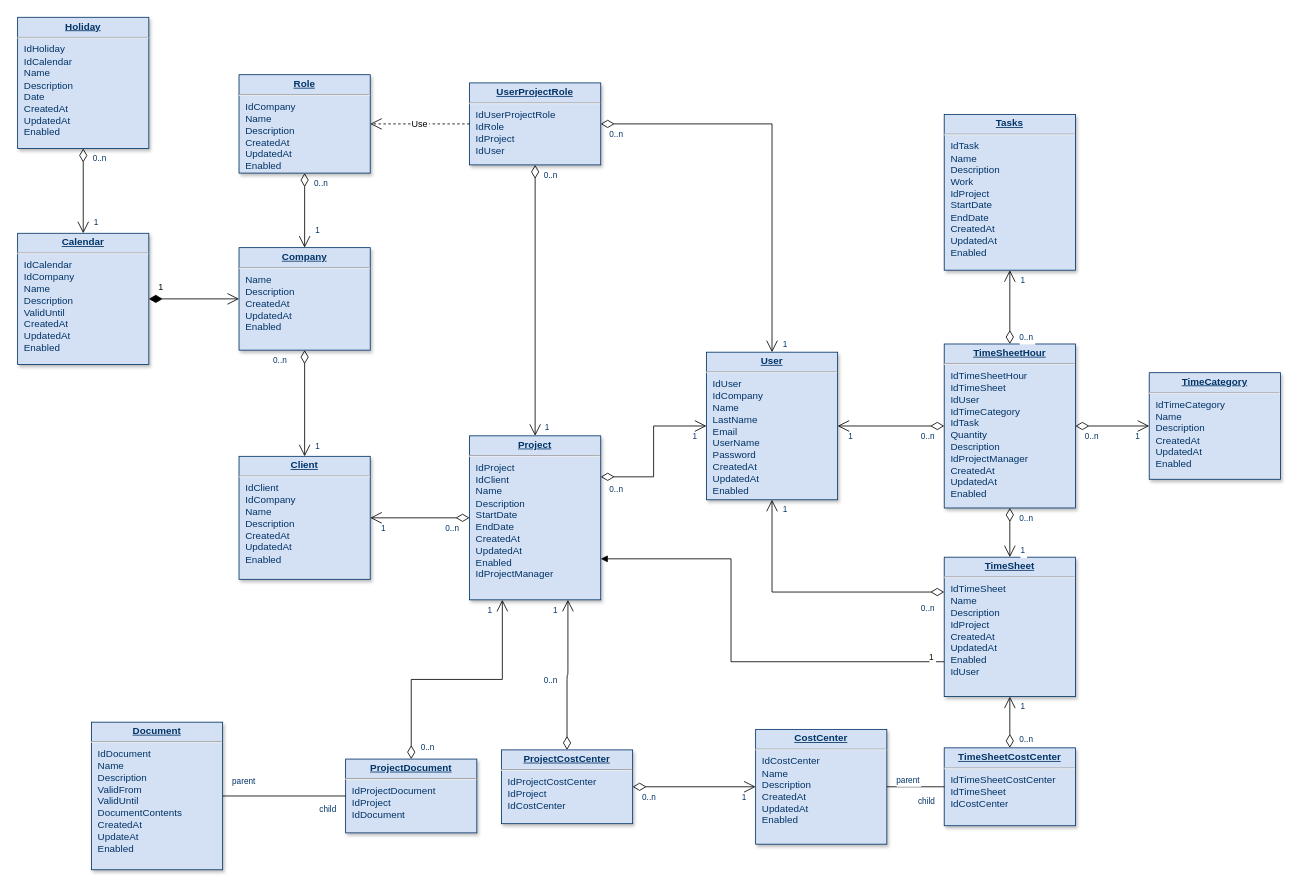
Above: handlelapp-database.drawio in korneliushen/handlel.app (draw.io), before the change. Source tidied: cells renumbered, new cells numbered last; positions are measured from the earlier drawing's top-left corner, leaving out a move shared by most shapes. Both pictures are drawn from the tidied source at 82%, with x=0, y=0 at pixel (17, 17).
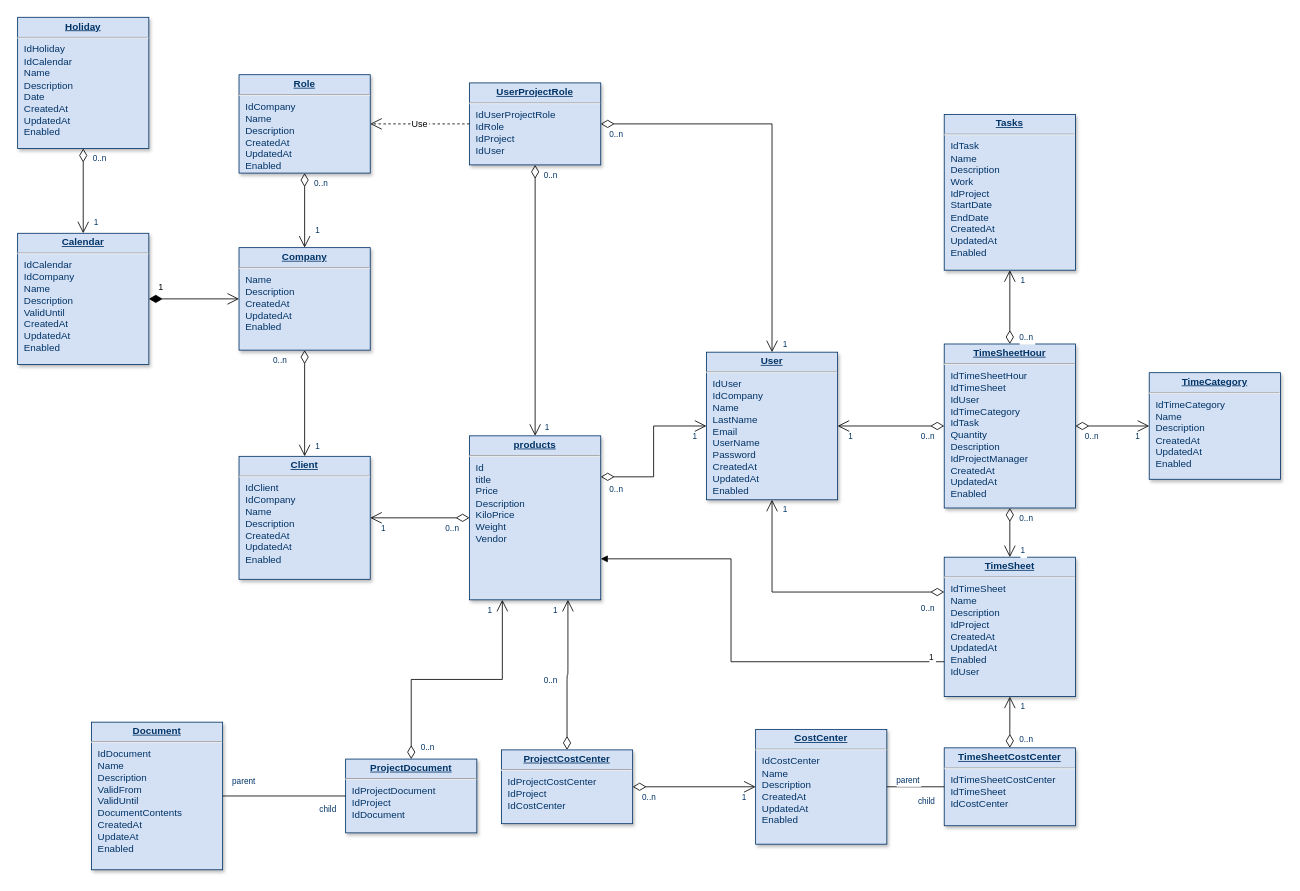
Above is the later version.

What changed in the source:
```diff
@@
-    <mxCell id="12" value="&lt;p style=&quot;margin: 0px; margin-top: 4px; text-align: center; text-decoration: underline;&quot;&gt;&lt;strong&gt;Project&lt;/strong&gt;&lt;/p&gt;&lt;hr /&gt;&lt;p style=&quot;margin: 0px; margin-left: 8px;&quot;&gt;IdProject&lt;/p&gt;&lt;p style=&quot;margin: 0px; margin-left: 8px;&quot;&gt;IdClient&lt;/p&gt;&lt;p style=&quot;margin: 0px; margin-left: 8px;&quot;&gt;Name&lt;/p&gt;&lt;p style=&quot;margin: 0px; margin-left: 8px;&quot;&gt;Description&lt;/p&gt;&lt;p style=&quot;margin: 0px; margin-left: 8px;&quot;&gt;StartDate&lt;/p&gt;&lt;p style=&quot;margin: 0px; margin-left: 8px;&quot;&gt;EndDate&lt;/p&gt;&lt;p style=&quot;margin: 0px; margin-left: 8px;&quot;&gt;CreatedAt&lt;/p&gt;&lt;p style=&quot;margin: 0px; margin-left: 8px;&quot;&gt;UpdatedAt&lt;/p&gt;&lt;p style=&quot;margin: 0px; margin-left: 8px;&quot;&gt;Enabled&lt;br /&gt;IdProjectManager&lt;/p&gt;" style="verticalAlign=top;align=left;overflow=fill;fontSize=12;fontFamily=Helvetica;html=1;strokeColor=#003366;shadow=1;fillColor=#D4E1F5;fontColor=#003366;" parent="1" vertex="1">
+    <mxCell id="12" value="&lt;p style=&quot;margin: 0px; margin-top: 4px; text-align: center; text-decoration: underline;&quot;&gt;&lt;b&gt;products&lt;/b&gt;&lt;/p&gt;&lt;hr&gt;&lt;p style=&quot;margin: 0px; margin-left: 8px;&quot;&gt;Id&lt;/p&gt;&lt;p style=&quot;margin: 0px; margin-left: 8px;&quot;&gt;title&lt;/p&gt;&lt;p style=&quot;margin: 0px; margin-left: 8px;&quot;&gt;Price&lt;/p&gt;&lt;p style=&quot;margin: 0px; margin-left: 8px;&quot;&gt;Description&lt;/p&gt;&lt;p style=&quot;margin: 0px; margin-left: 8px;&quot;&gt;KiloPrice&lt;/p&gt;&lt;p style=&quot;margin: 0px; margin-left: 8px;&quot;&gt;Weight&lt;/p&gt;&lt;p style=&quot;margin: 0px; margin-left: 8px;&quot;&gt;Vendor&lt;/p&gt;" style="verticalAlign=top;align=left;overflow=fill;fontSize=12;fontFamily=Helvetica;html=1;strokeColor=#003366;shadow=1;fillColor=#D4E1F5;fontColor=#003366;" parent="1" vertex="1">
       <mxGeometry x="551.1" y="510" width="160" height="200" as="geometry" />
     </mxCell>
```
